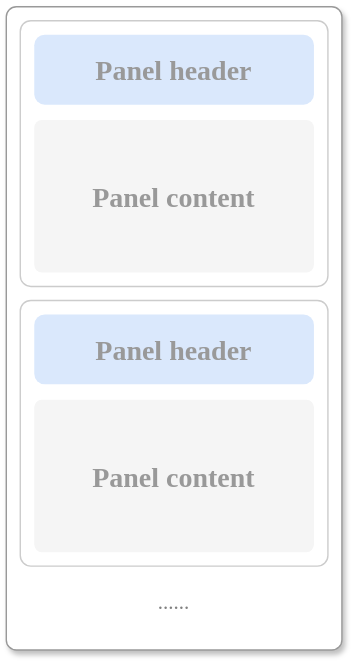
Above: assets/panel-group.svg in TerryZ/v-layouts (draw.io), before the change. Source tidied: cells renumbered, new cells last; positions are measured from the earlier drawing's top-left corner, leaving out a move shared by most shapes.
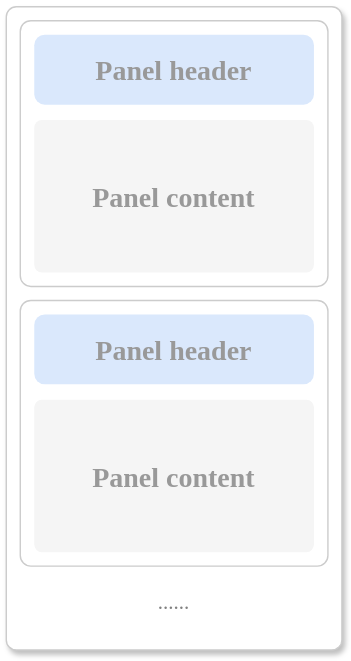
After the change.

Commit message:
feat: update panel group preview image

Change to the diagram source:
```diff
@@ -2,7 +2,7 @@
   <root>
     <mxCell id="0" />
     <mxCell id="1" parent="0" />
-    <mxCell id="2" style="rounded=1;whiteSpace=wrap;html=1;glass=0;sketch=0;shadow=1;arcSize=3;fontFamily=Verdana;fontSize=20;fontStyle=1;fontColor=#808080;strokeColor=#999999;" parent="1" vertex="1">
+    <mxCell id="2" style="rounded=1;whiteSpace=wrap;html=1;glass=0;sketch=0;shadow=1;arcSize=3;fontFamily=Verdana;fontSize=20;fontStyle=1;fontColor=#808080;strokeColor=#CCCCCC;" parent="1" vertex="1">
       <mxGeometry width="240" height="460" as="geometry" />
     </mxCell>
     <mxCell id="3" style="rounded=1;whiteSpace=wrap;html=1;shadow=0;glass=0;sketch=0;fontFamily=Verdana;fontSize=15;fontColor=#808080;fillColor=default;arcSize=4;strokeColor=#CCCCCC;" parent="1" vertex="1">
```
